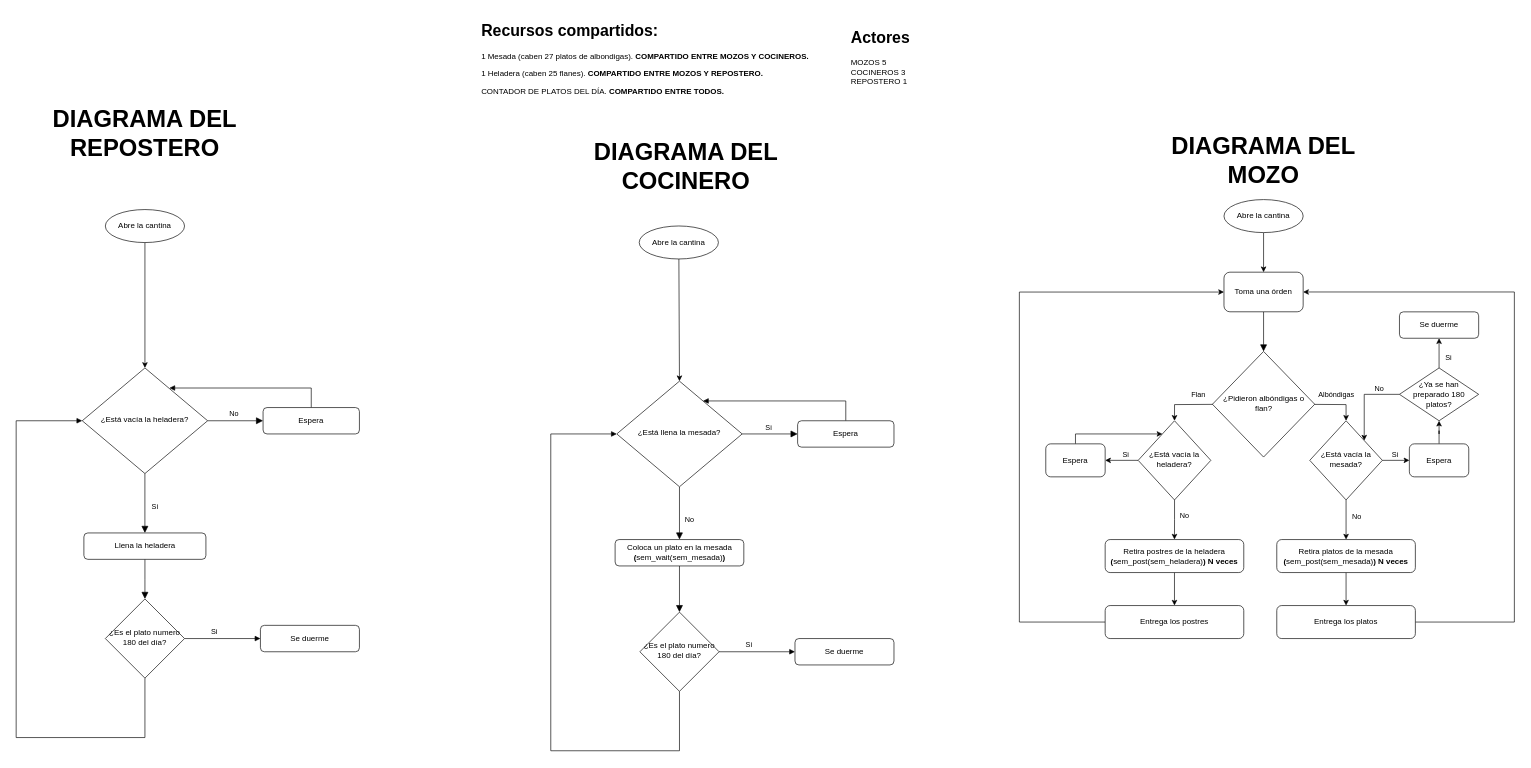
joaquinjoaco/obligatorio-SO1 keeps this draw.io diagram as diagrama_de_flujo.drawio. Above is the earlier version. Source tidied: cells renumbered, new cells numbered last; positions are measured from the earlier drawing's top-left corner, leaving out a move shared by most shapes. Both pictures are drawn from the tidied source at 66%, with x=0, y=0 at pixel (16, 18).
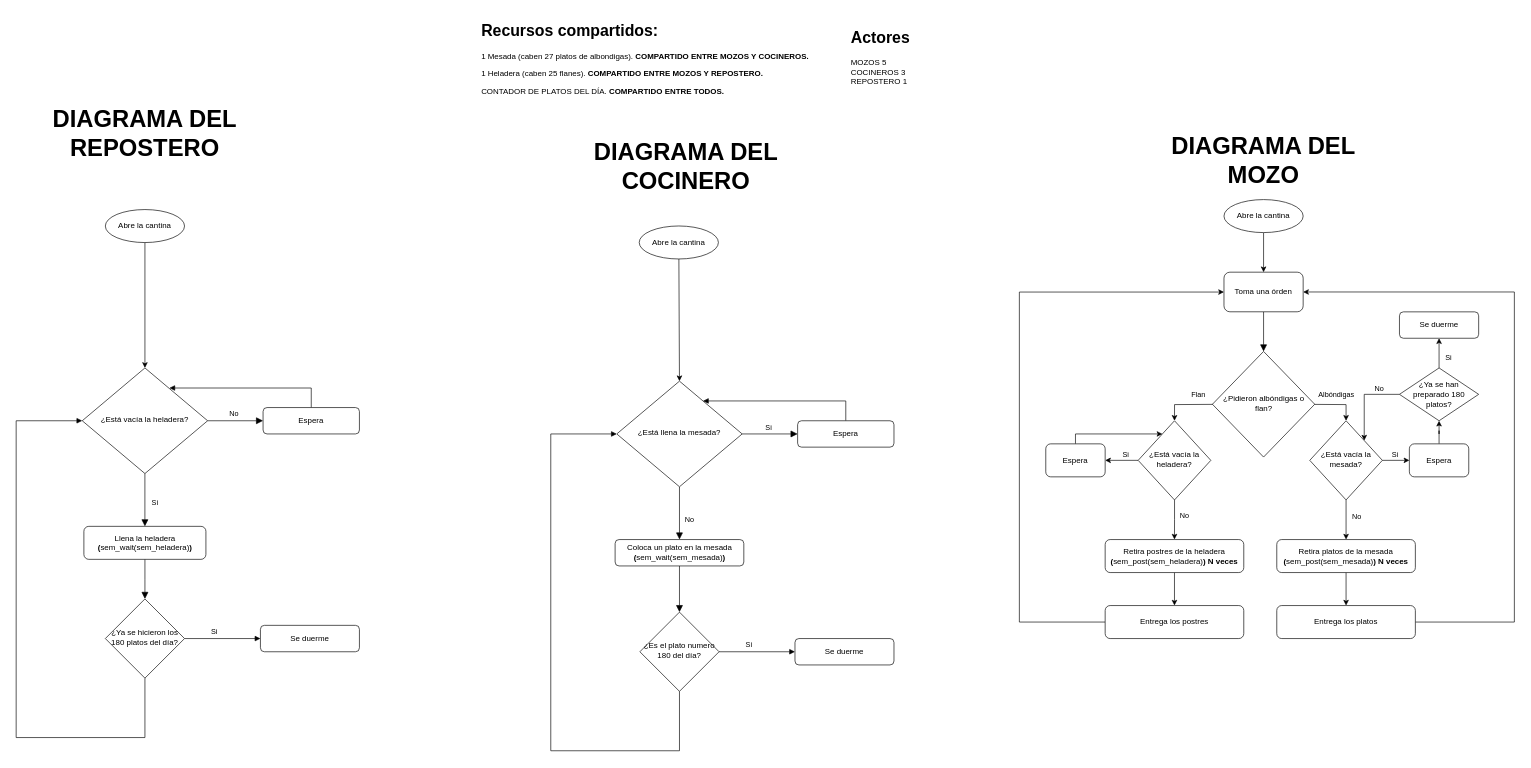
Above is the later version.

Diff of the diagram source:
```diff
@@
-    <mxCell id="22" value="Llena la heladera" style="rounded=1;whiteSpace=wrap;html=1;fontSize=12;glass=0;strokeWidth=1;shadow=0;" parent="1" vertex="1">
-      <mxGeometry x="102.6" y="780" width="184.9" height="40" as="geometry" />
+    <mxCell id="22" value="Llena la heladera&lt;br&gt;&lt;b&gt;(&lt;/b&gt;sem_wait(sem_heladera)&lt;b&gt;)&lt;/b&gt;" style="rounded=1;whiteSpace=wrap;html=1;fontSize=12;glass=0;strokeWidth=1;shadow=0;" parent="1" vertex="1">
+      <mxGeometry x="102.6" y="770" width="184.9" height="50" as="geometry" />
     </mxCell>
@@
-    <mxCell id="25" value="¿Es el plato numero 180 del día?" style="rhombus;whiteSpace=wrap;html=1;shadow=0;fontFamily=Helvetica;fontSize=12;align=center;strokeWidth=1;spacing=6;spacingTop=-4;" parent="1" vertex="1">
+    <mxCell id="25" value="¿Ya se hicieron los 180 platos del día?" style="rhombus;whiteSpace=wrap;html=1;shadow=0;fontFamily=Helvetica;fontSize=12;align=center;strokeWidth=1;spacing=6;spacingTop=-4;" parent="1" vertex="1">
       <mxGeometry x="135.1" y="880" width="120" height="120" as="geometry" />
     </mxCell>
```
